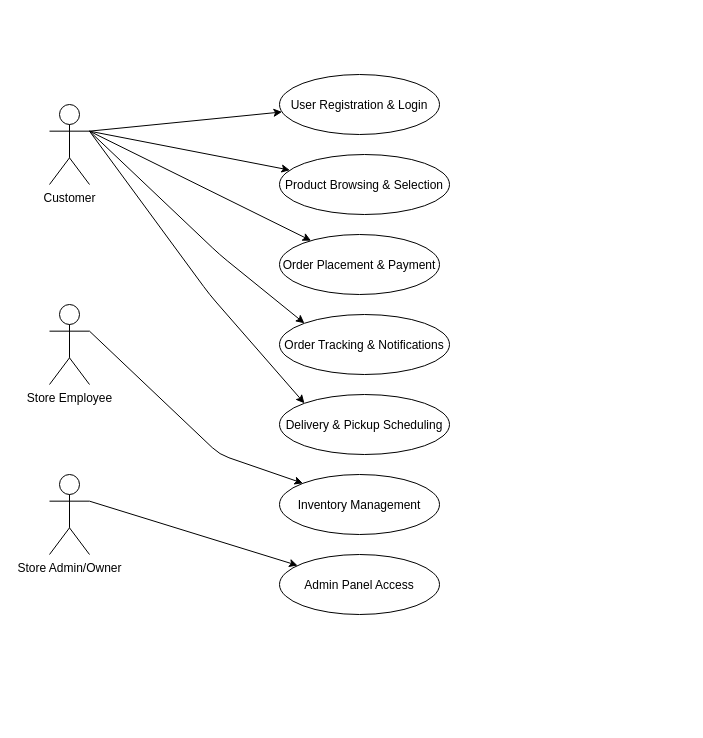
kylereddoch/HealthyHarvest keeps this draw.io diagram as UML-UseCase-HealthyHarvest.drawio. Above is the earlier version. Source tidied: cells renumbered, new cells numbered last; positions are measured from the earlier drawing's top-left corner, leaving out a move shared by most shapes. Both pictures are drawn from the tidied source at 100%, with x=0, y=0 at pixel (49, 74).
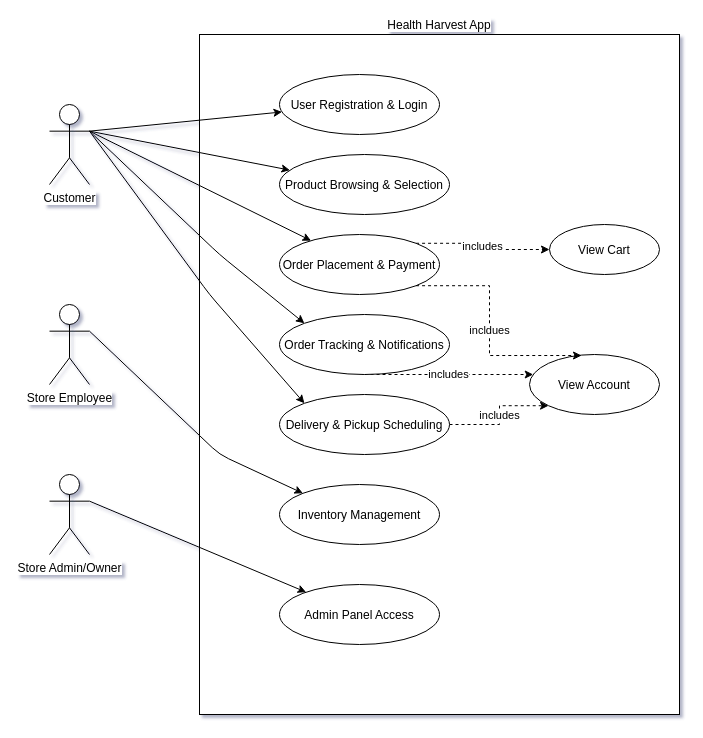
After the change.

Unchanged cells that the change refers to:
```xml
<mxCell id="4" value="Order Placement &amp; Payment" style="ellipse;" parent="1" vertex="1">
  <mxGeometry x="230" y="160" width="160" height="60" as="geometry" />
</mxCell>
<mxCell id="5" value="Order Tracking &amp; Notifications" style="ellipse;" parent="1" vertex="1">
  <mxGeometry x="230" y="240" width="170" height="60" as="geometry" />
</mxCell>
<mxCell id="7" value="Delivery &amp; Pickup Scheduling" style="ellipse;" parent="1" vertex="1">
  <mxGeometry x="230" y="320" width="170" height="60" as="geometry" />
</mxCell>
```

The edit, as a diff of the source:
```diff
@@
-<mxGraphModel>
+<mxGraphModel background="#ffffff" shadow="1">
@@
+    <mxCell id="19" value="Health Harvest App" style="html=1;whiteSpace=wrap;labelPosition=center;verticalLabelPosition=top;align=center;verticalAlign=bottom;labelBackgroundColor=default;" parent="1" vertex="1">
+      <mxGeometry x="150" y="-40" width="480" height="680" as="geometry" />
+    </mxCell>
@@
+    <mxCell id="20" value="includes" style="edgeStyle=elbowEdgeStyle;rounded=0;jettySize=auto;html=1;exitX=1;exitY=0;exitDx=0;exitDy=0;dashed=1;" parent="1" edge="1" source="4" target="23">
+      <mxGeometry relative="1" as="geometry" />
+    </mxCell>
@@
+    <mxCell id="21" value="includes" style="edgeStyle=elbowEdgeStyle;rounded=0;jettySize=auto;html=1;dashed=1;" parent="1" edge="1" source="5" target="24">
+      <mxGeometry relative="1" as="geometry">
+        <Array as="points">
+          <mxPoint x="420" y="300" />
+        </Array>
+      </mxGeometry>
+    </mxCell>
@@
     <mxCell id="6" value="Inventory Management" style="ellipse;" parent="1" vertex="1">
-      <mxGeometry x="230" y="400" width="160" height="60" as="geometry" />
+      <mxGeometry x="230" y="410" width="160" height="60" as="geometry" />
     </mxCell>
+    <mxCell id="22" value="includes" style="edgeStyle=elbowEdgeStyle;rounded=0;jettySize=auto;html=1;exitX=1;exitY=0.5;exitDx=0;exitDy=0;entryX=0;entryY=1;entryDx=0;entryDy=0;dashed=1;" parent="1" edge="1" source="7" target="24">
+      <mxGeometry relative="1" as="geometry" />
+    </mxCell>
@@
     <mxCell id="8" value="Admin Panel Access" style="ellipse;" parent="1" vertex="1">
-      <mxGeometry x="230" y="480" width="160" height="60" as="geometry" />
+      <mxGeometry x="230" y="510" width="160" height="60" as="geometry" />
     </mxCell>
@@
-    <mxCell id="16" value="Customer" style="shape=umlActor;verticalLabelPosition=bottom;verticalAlign=top;html=1;" parent="1" vertex="1">
+    <mxCell id="16" value="Customer" style="shape=umlActor;verticalLabelPosition=bottom;verticalAlign=top;html=1;labelBackgroundColor=default;" parent="1" vertex="1">
       <mxGeometry y="30" width="40" height="80" as="geometry" />
     </mxCell>
-    <mxCell id="17" value="Store Employee" style="shape=umlActor;verticalLabelPosition=bottom;verticalAlign=top;html=1;" parent="1" vertex="1">
+    <mxCell id="17" value="Store Employee" style="shape=umlActor;verticalLabelPosition=bottom;verticalAlign=top;html=1;labelBackgroundColor=default;" parent="1" vertex="1">
       <mxGeometry y="230" width="40" height="80" as="geometry" />
     </mxCell>
-    <mxCell id="18" value="Store Admin/Owner" style="shape=umlActor;verticalLabelPosition=bottom;verticalAlign=top;html=1;" parent="1" vertex="1">
+    <mxCell id="18" value="Store Admin/Owner" style="shape=umlActor;verticalLabelPosition=bottom;verticalAlign=top;html=1;labelBackgroundColor=default;" parent="1" vertex="1">
       <mxGeometry y="400" width="40" height="80" as="geometry" />
     </mxCell>
+    <mxCell id="23" value="View Cart" style="ellipse;" parent="1" vertex="1">
+      <mxGeometry x="500" y="150" width="110" height="50" as="geometry" />
+    </mxCell>
+    <mxCell id="24" value="View Account" style="ellipse;" parent="1" vertex="1">
+      <mxGeometry x="480" y="280" width="130" height="60" as="geometry" />
+    </mxCell>
+    <mxCell id="25" value="incldues" style="edgeStyle=elbowEdgeStyle;rounded=0;jettySize=auto;html=1;exitX=1;exitY=1;exitDx=0;exitDy=0;entryX=0.4;entryY=0.017;entryDx=0;entryDy=0;entryPerimeter=0;dashed=1;" parent="1" edge="1" source="4" target="24">
+      <mxGeometry relative="1" as="geometry">
+        <Array as="points">
+          <mxPoint x="440" y="240" />
+        </Array>
+      </mxGeometry>
+    </mxCell>
```
